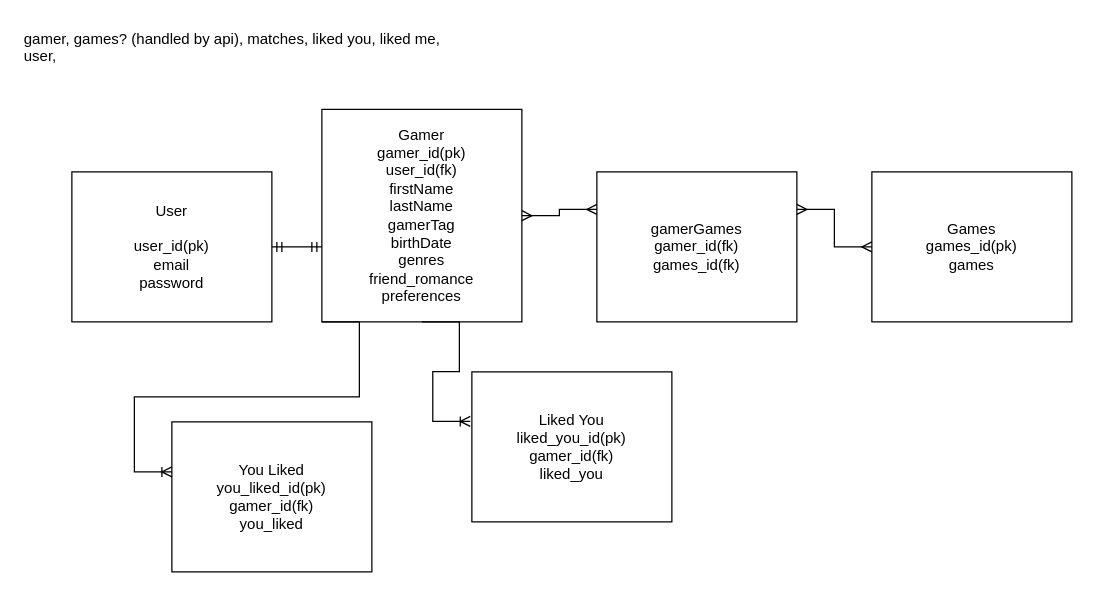
JLDeee/capstone keeps this draw.io diagram as capstone.drawio. Above is the earlier version. Source tidied: cells renumbered, new cells numbered last; positions are measured from the earlier drawing's top-left corner, leaving out a move shared by most shapes. Both pictures are drawn from the tidied source at 125%, with x=0, y=0 at pixel (21, 21).
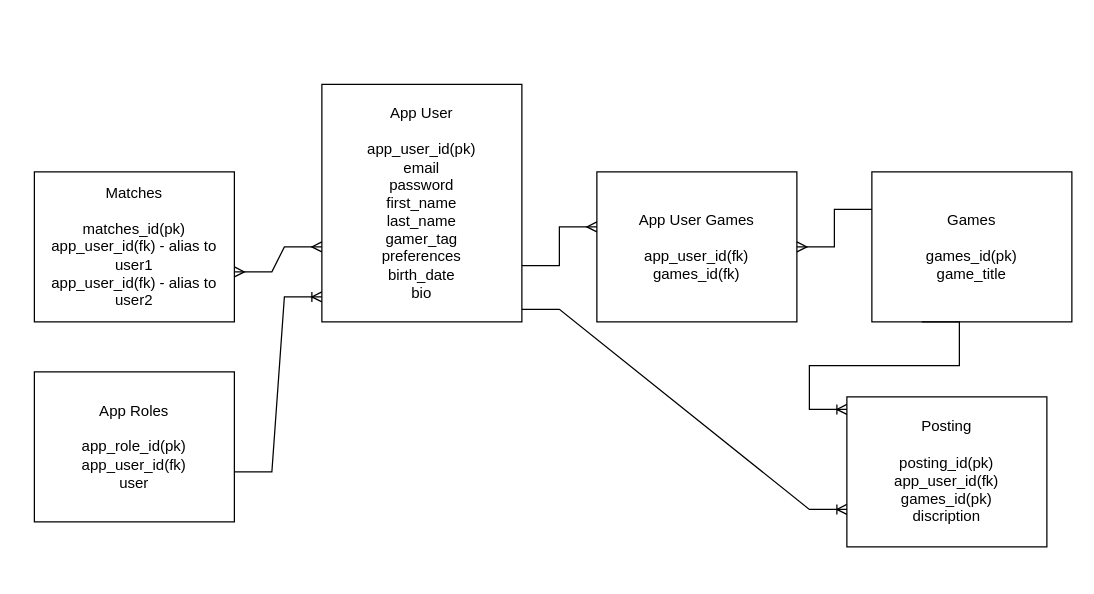
After the change.

Commit message (it also covers changes not shown here):
finished final version of schema

The edit, as a diff of the source:
```diff
@@
 <mxGraphModel>
   <root>
     <mxCell id="0" />
     <mxCell id="1" parent="0" />
     <mxCell id="2" value="&lt;span id=&quot;docs-internal-guid-e8bd23b9-7fff-a295-cead-702f7f2e3db3&quot;&gt;&lt;/span&gt;&lt;span id=&quot;docs-internal-guid-e8bd23b9-7fff-a295-cead-702f7f2e3db3&quot;&gt;&lt;/span&gt;" style="text;html=1;align=center;verticalAlign=middle;strokeColor=none;fillColor=none;" parent="1" vertex="1">
       <mxGeometry x="220" y="40" width="20" height="10" as="geometry" />
     </mxCell>
-    <mxCell id="3" value="gamer, games? (handled by api), matches, liked you, liked me, user," style="text;whiteSpace=wrap;html=1;" parent="1" vertex="1">
-      <mxGeometry width="360" height="40" as="geometry" />
-    </mxCell>
-    <mxCell id="4" value="User&lt;br&gt;&lt;br&gt;user_id(pk)&lt;br&gt;&lt;div style=&quot;&quot;&gt;email&lt;/div&gt;&lt;div style=&quot;&quot;&gt;password&lt;/div&gt;" style="rounded=0;whiteSpace=wrap;html=1;align=center;" parent="1" vertex="1">
-      <mxGeometry x="40" y="120" width="160" height="120" as="geometry" />
+    <mxCell id="4" value="App User&lt;br&gt;&lt;br&gt;app_user_id(pk)&lt;br&gt;&lt;div style=&quot;&quot;&gt;email&lt;/div&gt;&lt;div style=&quot;&quot;&gt;password&lt;/div&gt;&lt;div style=&quot;&quot;&gt;&lt;div&gt;first_name&lt;/div&gt;&lt;div&gt;last_name&lt;/div&gt;&lt;div&gt;gamer_tag&lt;/div&gt;&lt;div&gt;preferences&lt;/div&gt;&lt;/div&gt;&lt;div style=&quot;&quot;&gt;birth_date&lt;/div&gt;&lt;div style=&quot;&quot;&gt;bio&lt;/div&gt;" style="rounded=0;whiteSpace=wrap;html=1;align=center;" parent="1" vertex="1">
+      <mxGeometry x="240" y="50" width="160" height="190" as="geometry" />
     </mxCell>
-    <mxCell id="5" value="Gamer&lt;br&gt;gamer_id(pk)&lt;br&gt;user_id(fk)&lt;br&gt;firstName&lt;br&gt;lastName&lt;br&gt;gamerTag&lt;br&gt;birthDate&lt;br&gt;genres&lt;br&gt;friend_romance&lt;br&gt;preferences" style="rounded=0;whiteSpace=wrap;html=1;" parent="1" vertex="1">
-      <mxGeometry x="240" y="70" width="160" height="170" as="geometry" />
-    </mxCell>
-    <mxCell id="6" value="Games&lt;br&gt;games_id(pk)&lt;br&gt;games" style="rounded=0;whiteSpace=wrap;html=1;" parent="1" vertex="1">
+    <mxCell id="6" value="Games&lt;br&gt;&lt;br&gt;games_id(pk)&lt;br&gt;game_title" style="rounded=0;whiteSpace=wrap;html=1;" parent="1" vertex="1">
       <mxGeometry x="680" y="120" width="160" height="120" as="geometry" />
     </mxCell>
-    <mxCell id="7" value="gamerGames&lt;br&gt;gamer_id(fk)&lt;br&gt;games_id(fk)" style="rounded=0;whiteSpace=wrap;html=1;" parent="1" vertex="1">
+    <mxCell id="7" value="App User Games&lt;br&gt;&lt;br&gt;app_user_id(fk)&lt;br&gt;games_id(fk)" style="rounded=0;whiteSpace=wrap;html=1;" parent="1" vertex="1">
       <mxGeometry x="460" y="120" width="160" height="120" as="geometry" />
     </mxCell>
-    <mxCell id="8" style="edgeStyle=entityRelationEdgeStyle;fontSize=12;html=1;endArrow=ERmany;startArrow=ERmany;rounded=0;exitX=1;exitY=0.5;exitDx=0;exitDy=0;entryX=0;entryY=0.25;entryDx=0;entryDy=0;" parent="1" edge="1" source="5" target="7">
-      <mxGeometry relative="1" as="geometry" />
-    </mxCell>
-    <mxCell id="9" style="edgeStyle=entityRelationEdgeStyle;fontSize=12;html=1;endArrow=ERmany;startArrow=ERmany;rounded=0;entryX=0;entryY=0.5;entryDx=0;entryDy=0;exitX=1;exitY=0.25;exitDx=0;exitDy=0;" parent="1" edge="1" source="7" target="6">
-      <mxGeometry relative="1" as="geometry" />
-    </mxCell>
-    <mxCell id="10" style="edgeStyle=entityRelationEdgeStyle;fontSize=12;html=1;endArrow=ERmandOne;startArrow=ERmandOne;rounded=0;exitX=1;exitY=0.5;exitDx=0;exitDy=0;" parent="1" edge="1" source="4">
-      <mxGeometry relative="1" as="geometry">
-        <mxPoint x="240" y="180" as="targetPoint" />
-      </mxGeometry>
-    </mxCell>
-    <mxCell id="11" value="You Liked&lt;br&gt;you_liked_id(pk)&lt;br&gt;gamer_id(fk)&lt;br&gt;you_liked" style="rounded=0;whiteSpace=wrap;html=1;" parent="1" vertex="1">
-      <mxGeometry x="120" y="320" width="160" height="120" as="geometry" />
-    </mxCell>
-    <mxCell id="12" style="edgeStyle=entityRelationEdgeStyle;fontSize=12;html=1;endArrow=ERoneToMany;rounded=0;" parent="1" edge="1">
-      <mxGeometry relative="1" as="geometry">
-        <mxPoint x="240" y="240" as="sourcePoint" />
-        <mxPoint x="120" y="360" as="targetPoint" />
-      </mxGeometry>
-    </mxCell>
-    <mxCell id="13" value="Liked You&lt;br&gt;liked_you_id(pk)&lt;br&gt;gamer_id(fk)&lt;br&gt;liked_you" style="rounded=0;whiteSpace=wrap;html=1;" parent="1" vertex="1">
-      <mxGeometry x="360" y="280" width="160" height="120" as="geometry" />
-    </mxCell>
-    <mxCell id="14" style="edgeStyle=entityRelationEdgeStyle;fontSize=12;html=1;endArrow=ERoneToMany;rounded=0;entryX=-0.008;entryY=0.33;entryDx=0;entryDy=0;entryPerimeter=0;exitX=0.5;exitY=1;exitDx=0;exitDy=0;" parent="1" edge="1" source="5" target="13">
-      <mxGeometry relative="1" as="geometry" />
-    </mxCell>
+    <mxCell id="15" value="Matches&lt;br&gt;&lt;br&gt;matches_id(pk)&lt;br&gt;app_user_id(fk) - alias to user1&lt;br&gt;app_user_id(fk) - alias to user2" style="rounded=0;whiteSpace=wrap;html=1;" parent="1" vertex="1">
+      <mxGeometry x="10" y="120" width="160" height="120" as="geometry" />
+    </mxCell>
+    <mxCell id="16" style="edgeStyle=entityRelationEdgeStyle;fontSize=12;html=1;endArrow=ERmany;startArrow=ERmany;rounded=0;" parent="1" edge="1">
+      <mxGeometry relative="1" as="geometry">
+        <mxPoint x="170" y="200" as="sourcePoint" />
+        <mxPoint x="240" y="180" as="targetPoint" />
+      </mxGeometry>
+    </mxCell>
+    <mxCell id="17" value="App Roles&lt;br&gt;&lt;br&gt;app_role_id(pk)&lt;br&gt;app_user_id(fk)&lt;br&gt;user" style="rounded=0;whiteSpace=wrap;html=1;" parent="1" vertex="1">
+      <mxGeometry x="10" y="280" width="160" height="120" as="geometry" />
+    </mxCell>
+    <mxCell id="18" style="edgeStyle=entityRelationEdgeStyle;fontSize=12;html=1;endArrow=ERoneToMany;rounded=0;" parent="1" edge="1">
+      <mxGeometry relative="1" as="geometry">
+        <mxPoint x="170" y="360" as="sourcePoint" />
+        <mxPoint x="240" y="220" as="targetPoint" />
+      </mxGeometry>
+    </mxCell>
+    <mxCell id="19" value="Posting&lt;br&gt;&lt;br&gt;posting_id(pk)&lt;br&gt;app_user_id(fk)&lt;br&gt;games_id(pk)&lt;br&gt;discription" style="rounded=0;whiteSpace=wrap;html=1;" parent="1" vertex="1">
+      <mxGeometry x="660" y="300" width="160" height="120" as="geometry" />
+    </mxCell>
+    <mxCell id="20" style="edgeStyle=entityRelationEdgeStyle;fontSize=12;html=1;endArrow=ERoneToMany;rounded=0;exitX=0.25;exitY=1;exitDx=0;exitDy=0;" parent="1" edge="1" source="6">
+      <mxGeometry relative="1" as="geometry">
+        <mxPoint x="660" y="310" as="targetPoint" />
+      </mxGeometry>
+    </mxCell>
+    <mxCell id="21" style="edgeStyle=entityRelationEdgeStyle;fontSize=12;html=1;endArrow=ERoneToMany;rounded=0;entryX=0;entryY=0.75;entryDx=0;entryDy=0;" parent="1" edge="1" target="19">
+      <mxGeometry relative="1" as="geometry">
+        <mxPoint x="400" y="230" as="sourcePoint" />
+      </mxGeometry>
+    </mxCell>
+    <mxCell id="22" style="edgeStyle=entityRelationEdgeStyle;fontSize=12;html=1;endArrow=ERmany;rounded=0;" parent="1" edge="1">
+      <mxGeometry relative="1" as="geometry">
+        <mxPoint x="400" y="195" as="sourcePoint" />
+        <mxPoint x="460" y="164" as="targetPoint" />
+      </mxGeometry>
+    </mxCell>
+    <mxCell id="23" style="edgeStyle=entityRelationEdgeStyle;fontSize=12;html=1;endArrow=ERmany;rounded=0;exitX=0;exitY=0.25;exitDx=0;exitDy=0;entryX=1;entryY=0.5;entryDx=0;entryDy=0;" parent="1" edge="1" source="6" target="7">
+      <mxGeometry relative="1" as="geometry" />
+    </mxCell>
   </root>
 </mxGraphModel>
```
